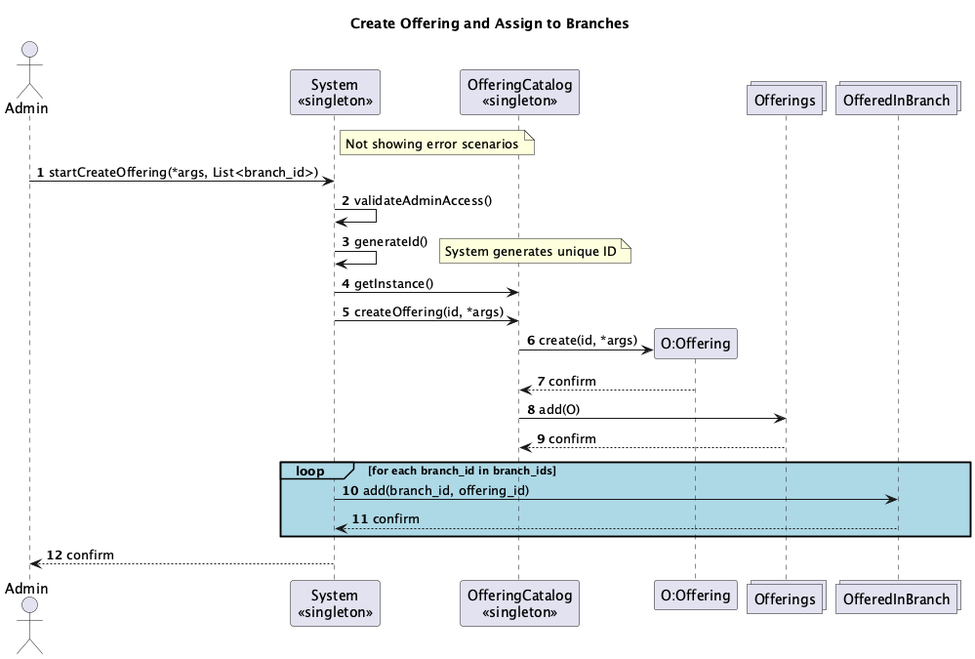
Earlier version of the PlantUML export System-Diagrams/UML Interaction/Admin/Admin-Interaction-Diagrams.png (vibqetowi/soen-342-project).
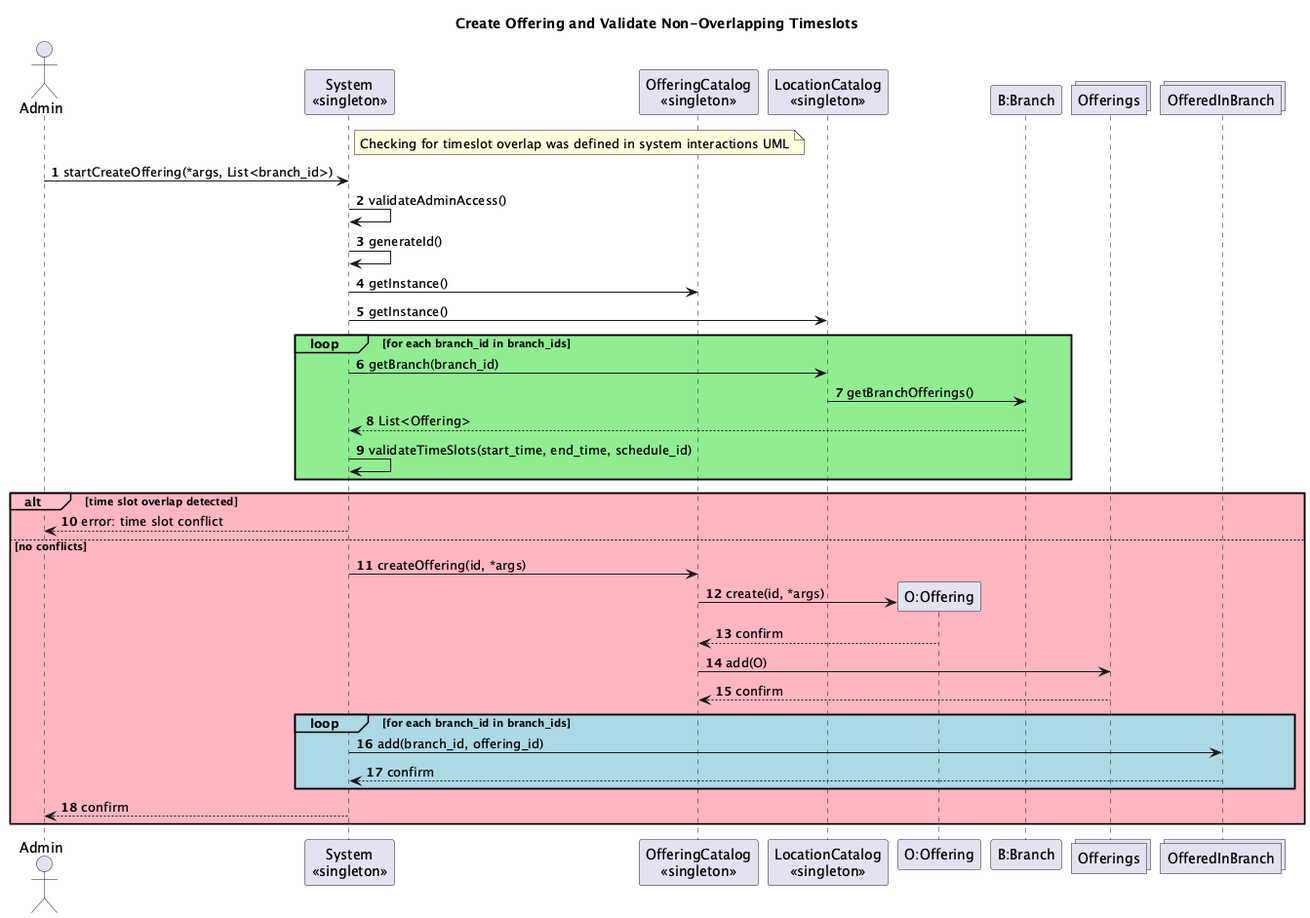
Above is the later version.

Change to the diagram source:
```diff
@@ -1,14 +1,17 @@
 @startuml
-title Create Offering and Assign to Branches
+title Create Offering and Validate Non-Overlapping Timeslots
+
 actor Admin
 participant "System\n<<singleton>>" as System
 participant "OfferingCatalog\n<<singleton>>" as OfferingCatalog
+participant "LocationCatalog\n<<singleton>>" as LocationCatalog
 participant "O:Offering" as Offering
+participant "B:Branch" as Branch
 collections "Offerings" as Offerings
 collections "OfferedInBranch" as OfferedInBranch
 
 note right of System
-Not showing error scenarios
+Checking for timeslot overlap was defined in system interactions UML
 end note
 
 autonumber
@@ -16,19 +19,33 @@
 Admin -> System: startCreateOffering(*args, List<branch_id>)
 System -> System: validateAdminAccess()
 System -> System: generateId()
-note right: System generates unique ID
 
 System -> OfferingCatalog: getInstance()
-System -> OfferingCatalog: createOffering(id, *args)
-OfferingCatalog -> Offering **: create(id, *args)
-Offering --> OfferingCatalog: confirm
-OfferingCatalog -> Offerings: add(O)
-Offerings --> OfferingCatalog: confirm
+System -> LocationCatalog: getInstance()
 
-loop#lightblue #lightblue for each branch_id in branch_ids
-    System -> OfferedInBranch: add(branch_id, offering_id)
-    OfferedInBranch --> System: confirm
+loop#lightgreen #lightgreen for each branch_id in branch_ids
+    System -> LocationCatalog: getBranch(branch_id)
+    LocationCatalog -> Branch: getBranchOfferings()
+    Branch --> System: List<Offering>
+
+    System -> System: validateTimeSlots(start_time, end_time, schedule_id)
 end
 
-System --> Admin: confirm
+alt#Pink #LightPink time slot overlap detected
+    System --> Admin: error: time slot conflict
+else no conflicts
+    System -> OfferingCatalog: createOffering(id, *args)
+    OfferingCatalog -> Offering **: create(id, *args)
+    Offering --> OfferingCatalog: confirm
+    OfferingCatalog -> Offerings: add(O)
+    Offerings --> OfferingCatalog: confirm
+
+    loop#lightblue #lightblue for each branch_id in branch_ids
+        System -> OfferedInBranch: add(branch_id, offering_id)
+        OfferedInBranch --> System: confirm
+    end
+
+    System --> Admin: confirm
+end
+
 @enduml
```
